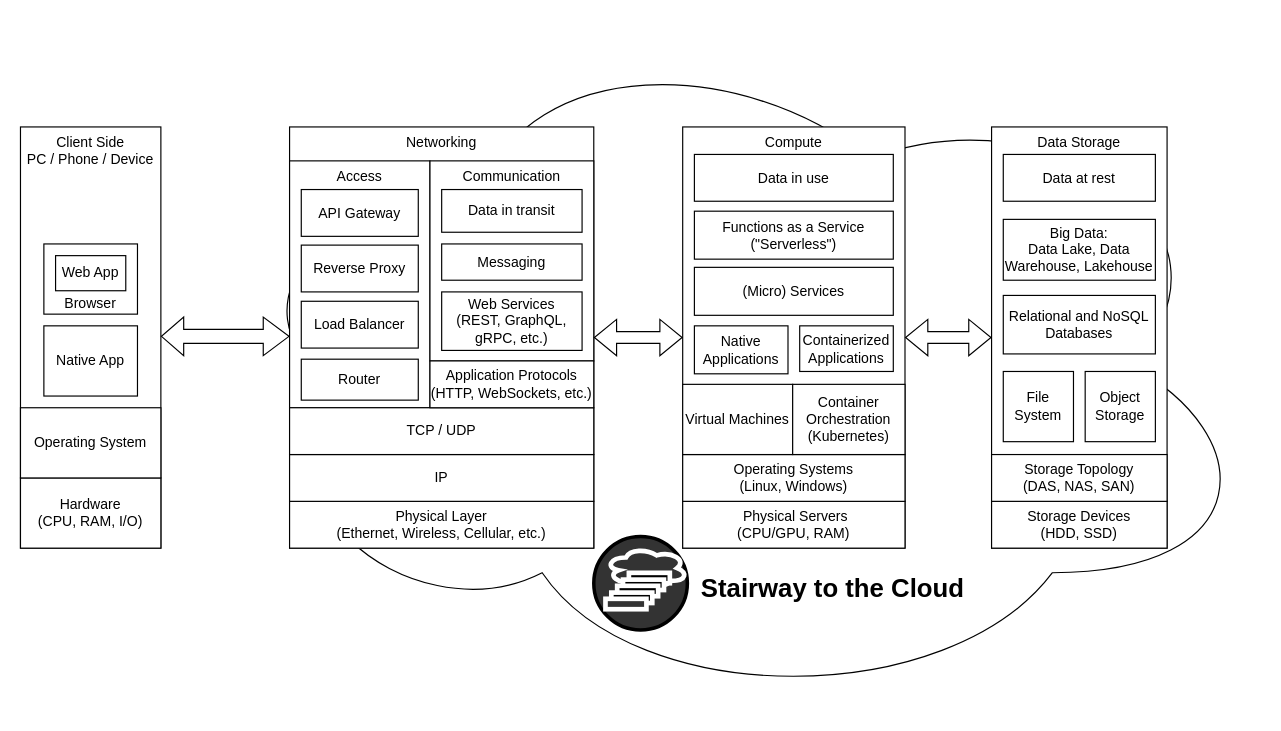
This is page "Stack" (2 of 2) of diagrams/cloud.drawio from yoadg/yoadg.github.io, a draw.io file, before an edit. Source tidied: cells renumbered, new cells numbered last; positions are measured from the earlier drawing's top-left corner, leaving out a move shared by most shapes. Both pictures are drawn from the tidied source at 117%, with x=0, y=0 at pixel (20, 20).
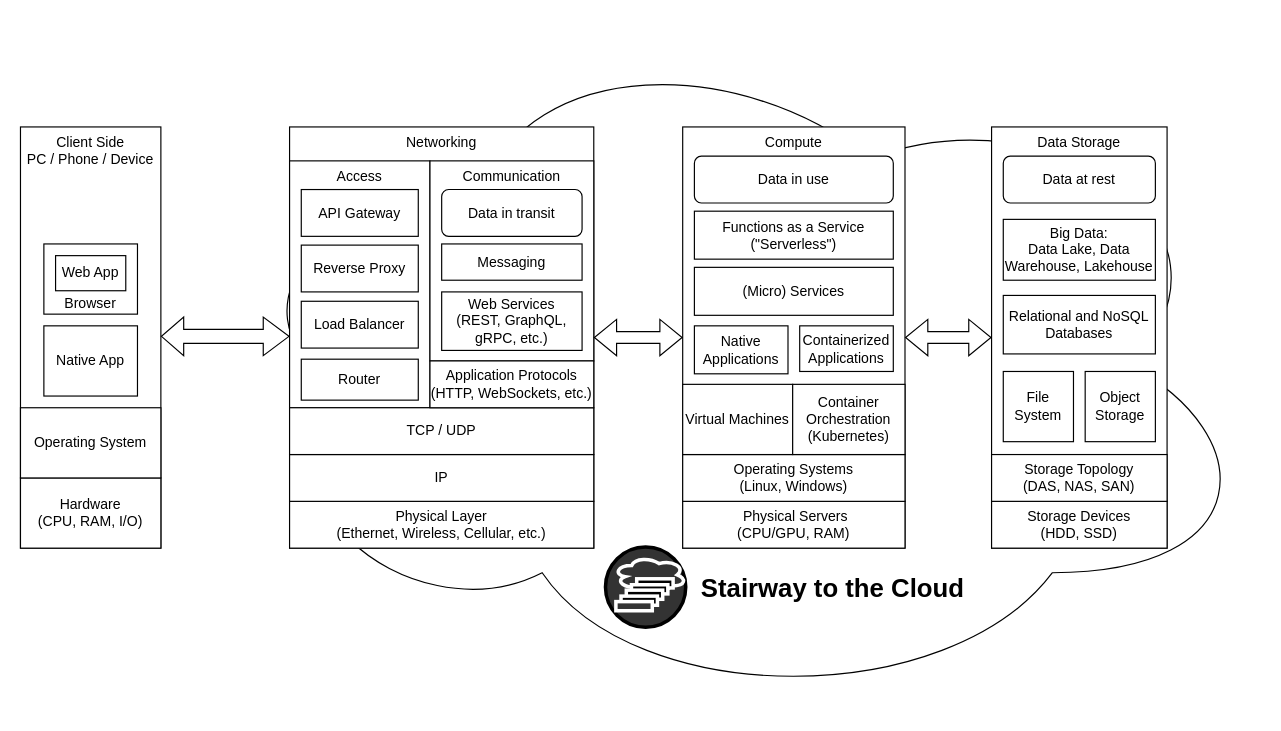
The same page after the edit.

Commit message (it also covers changes not shown here):
Cloud stack

The edit, as a diff of the source:
```diff
@@
-    <mxCell id="31" value="Data in transit" style="rounded=0;whiteSpace=wrap;html=1;" parent="1" vertex="1">
-      <mxGeometry x="360" y="144.5" width="120" height="36.5" as="geometry" />
-    </mxCell>
-    <mxCell id="32" value="Data at rest" style="rounded=0;whiteSpace=wrap;html=1;" parent="1" vertex="1">
-      <mxGeometry x="840" y="114.5" width="130" height="40" as="geometry" />
-    </mxCell>
@@
     <mxCell id="41" style="group;" parent="1" vertex="1">
-      <mxGeometry x="490" y="441" width="90" height="80" as="geometry" />
+      <mxGeometry x="500" y="450" width="80" height="70" as="geometry" />
     </mxCell>
     <mxCell id="42" style="ellipse;whiteSpace=wrap;html=1;fillStyle=solid;strokeColor=#000000;strokeWidth=3;fillColor=#333333;" parent="41" vertex="1">
-      <mxGeometry width="80" height="80" as="geometry" />
+      <mxGeometry width="68.6" height="68.6" as="geometry" />
     </mxCell>
-    <mxCell id="43" style="ellipse;shape=cloud;whiteSpace=wrap;html=1;strokeColor=#FFFFFF;strokeWidth=4;fillColor=none;" parent="41" vertex="1">
-      <mxGeometry x="10" y="8.9" width="70" height="36.4" as="geometry" />
+    <mxCell id="43" style="ellipse;shape=cloud;whiteSpace=wrap;html=1;strokeColor=#FFFFFF;strokeWidth=3;fillColor=none;" parent="41" vertex="1">
+      <mxGeometry x="6.9" y="7.8" width="62.2" height="31.9" as="geometry" />
     </mxCell>
-    <mxCell id="44" style="rounded=0;whiteSpace=wrap;html=1;strokeColor=#FFFFFF;fillColor=#000000;strokeWidth=4;" parent="41" vertex="1">
-      <mxGeometry x="30" y="31.1" width="35" height="8.9" as="geometry" />
+    <mxCell id="44" style="rounded=0;whiteSpace=wrap;html=1;strokeColor=#FFFFFF;fillColor=#000000;strokeWidth=3;" parent="41" vertex="1">
+      <mxGeometry x="26.7" y="27.2" width="31.1" height="7.8" as="geometry" />
     </mxCell>
-    <mxCell id="45" style="rounded=0;whiteSpace=wrap;html=1;strokeColor=#FFFFFF;fillColor=#000000;strokeWidth=4;" parent="41" vertex="1">
-      <mxGeometry x="25" y="36.9" width="35" height="8.9" as="geometry" />
+    <mxCell id="45" style="rounded=0;whiteSpace=wrap;html=1;strokeColor=#FFFFFF;fillColor=#000000;strokeWidth=3;" parent="41" vertex="1">
+      <mxGeometry x="22.2" y="32.3" width="31.1" height="7.8" as="geometry" />
     </mxCell>
-    <mxCell id="46" style="rounded=0;whiteSpace=wrap;html=1;strokeColor=#FFFFFF;fillColor=#000000;strokeWidth=4;" parent="41" vertex="1">
-      <mxGeometry x="20" y="42.2" width="35" height="8.9" as="geometry" />
+    <mxCell id="46" style="rounded=0;whiteSpace=wrap;html=1;strokeColor=#FFFFFF;fillColor=#000000;strokeWidth=3;" parent="41" vertex="1">
+      <mxGeometry x="17.8" y="36.9" width="31.1" height="7.8" as="geometry" />
     </mxCell>
-    <mxCell id="47" style="rounded=0;whiteSpace=wrap;html=1;strokeColor=#FFFFFF;fillColor=#000000;strokeWidth=4;" parent="41" vertex="1">
-      <mxGeometry x="15" y="48" width="35" height="8.9" as="geometry" />
+    <mxCell id="47" style="rounded=0;whiteSpace=wrap;html=1;strokeColor=#FFFFFF;fillColor=#000000;strokeWidth=3;" parent="41" vertex="1">
+      <mxGeometry x="13.3" y="42" width="31.1" height="7.8" as="geometry" />
     </mxCell>
-    <mxCell id="48" style="rounded=0;whiteSpace=wrap;html=1;strokeColor=#FFFFFF;fillColor=#333333;strokeWidth=4;" parent="41" vertex="1">
-      <mxGeometry x="10" y="53.3" width="35" height="8.9" as="geometry" />
+    <mxCell id="48" style="rounded=0;whiteSpace=wrap;html=1;strokeColor=#FFFFFF;fillColor=#333333;strokeWidth=3;" parent="41" vertex="1">
+      <mxGeometry x="8.9" y="46.7" width="31.1" height="7.8" as="geometry" />
     </mxCell>
@@
-    <mxCell id="50" value="Data in use" style="rounded=0;whiteSpace=wrap;html=1;" parent="1" vertex="1">
-      <mxGeometry x="576" y="114.5" width="170" height="40" as="geometry" />
-    </mxCell>
@@
+    <mxCell id="50" value="Data in use" style="rounded=1;whiteSpace=wrap;html=1;" parent="1" vertex="1">
+      <mxGeometry x="576" y="116" width="170" height="40" as="geometry" />
+    </mxCell>
+    <mxCell id="32" value="Data at rest" style="rounded=1;whiteSpace=wrap;html=1;" parent="1" vertex="1">
+      <mxGeometry x="840" y="116" width="130" height="40" as="geometry" />
+    </mxCell>
+    <mxCell id="31" value="Data in transit" style="rounded=1;whiteSpace=wrap;html=1;" parent="1" vertex="1">
+      <mxGeometry x="360" y="144.5" width="120" height="40" as="geometry" />
+    </mxCell>
```
